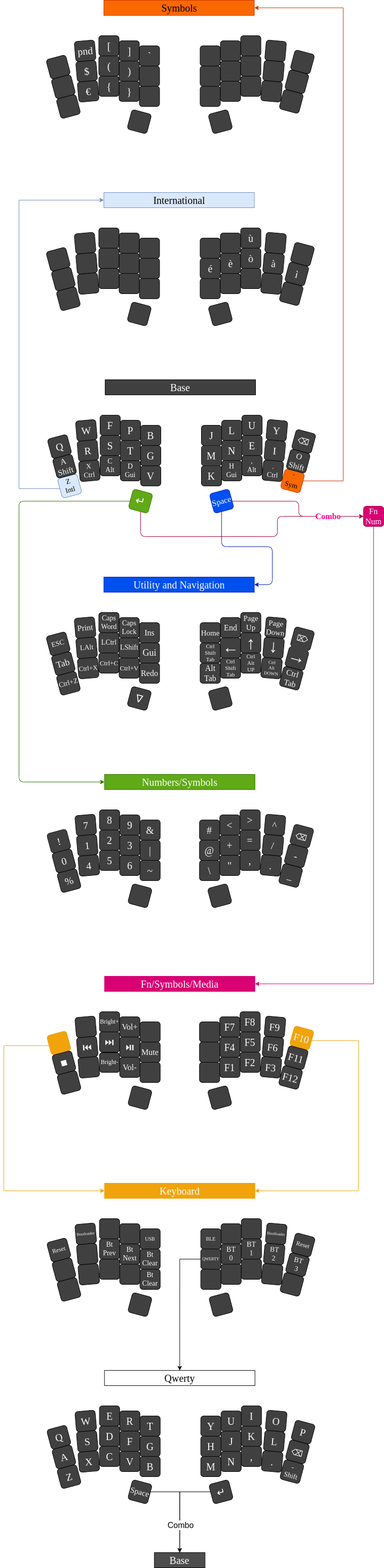
fractalysid/Notwaive keeps this draw.io diagram as Notwive.png. Above is the earlier version. Source tidied: cells renumbered, new cells last; positions are measured from the earlier drawing's top-left corner, leaving out a move shared by most shapes.
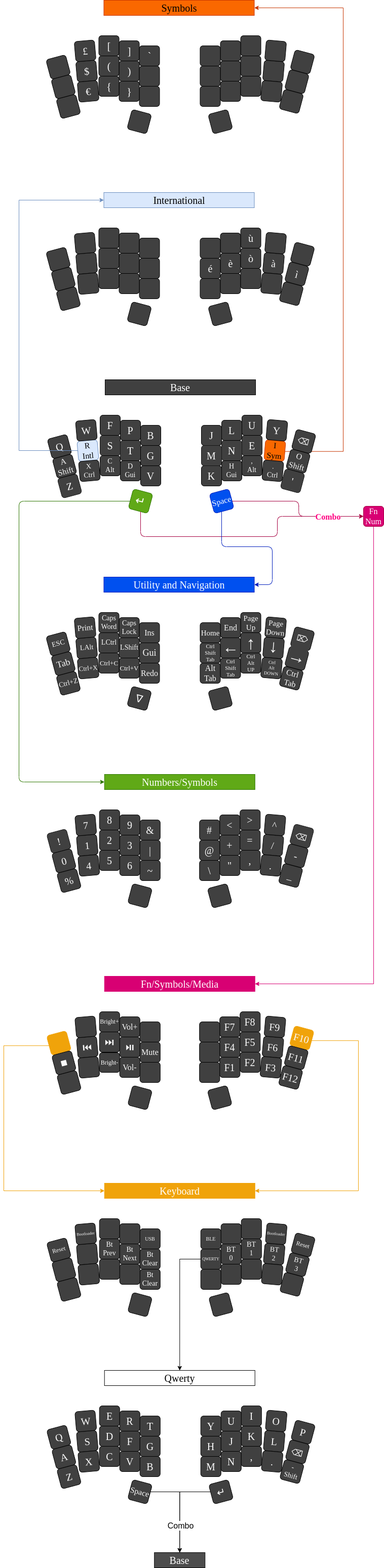
The same diagram one commit later.

Commit message:
Changed keys to access syms and intl layers. Now on home row

Diff of the diagram source:
```diff
@@ -2,7 +2,7 @@
   <root>
     <mxCell id="0" />
     <mxCell id="1" parent="0" />
-    <mxCell id="2" value="R" style="rounded=1;whiteSpace=wrap;html=1;fontSize=20;fillColor=#404040;fontFamily=Tahoma;fontColor=#FFFFFF;rotation=355;strokeColor=#171717;verticalAlign=middle;" parent="1" vertex="1">
+    <mxCell id="2" value="R&lt;br style=&quot;font-size: 16px;&quot;&gt;Intl" style="rounded=1;whiteSpace=wrap;html=1;fontSize=16;fillColor=#dae8fc;fontFamily=Tahoma;rotation=355;strokeColor=#6c8ebf;verticalAlign=middle;" parent="1" vertex="1">
       <mxGeometry x="146" y="870" width="40" height="40" as="geometry" />
     </mxCell>
     <mxCell id="3" value="Base" style="rounded=0;whiteSpace=wrap;html=1;fontSize=20;fillColor=#404040;glass=0;sketch=0;fontColor=#FFFFFF;fontFamily=Lucida Console;" parent="1" vertex="1">
@@ -35,7 +35,7 @@
     <mxCell id="12" value="X&lt;br style=&quot;font-size: 14px;&quot;&gt;Ctrl" style="rounded=1;whiteSpace=wrap;html=1;fontSize=14;fillColor=#404040;fontFamily=Tahoma;fontColor=#FAFAFA;rotation=355;verticalAlign=bottom;" parent="1" vertex="1">
       <mxGeometry x="149" y="910" width="40" height="40" as="geometry" />
     </mxCell>
-    <mxCell id="13" value="Z&lt;br style=&quot;font-size: 14px;&quot;&gt;Intl" style="rounded=1;whiteSpace=wrap;html=1;fontSize=14;fillColor=#dae8fc;fontFamily=Tahoma;rotation=345;verticalAlign=bottom;strokeColor=#6c8ebf;" parent="1" vertex="1">
+    <mxCell id="13" value="Z" style="rounded=1;whiteSpace=wrap;html=1;fontSize=20;fillColor=#404040;fontFamily=Tahoma;rotation=345;verticalAlign=middle;strokeColor=#171717;fontColor=#FFFFFF;" parent="1" vertex="1">
       <mxGeometry x="110" y="940" width="40" height="40" as="geometry" />
     </mxCell>
     <mxCell id="14" value="Q" style="rounded=1;whiteSpace=wrap;html=1;fontSize=20;fillColor=#404040;fontFamily=Tahoma;fontColor=#FAFAFA;rotation=345;" parent="1" vertex="1">
@@ -64,7 +64,7 @@
     <mxCell id="18" value="&lt;span style=&quot;font-family: &amp;quot;segoe ui emoji&amp;quot;, &amp;quot;apple color emoji&amp;quot;, &amp;quot;noto color emoji&amp;quot;; font-size: 23px;&quot;&gt;↵&lt;/span&gt;" style="rounded=1;whiteSpace=wrap;html=1;fontSize=23;fillColor=#60a917;fontFamily=Tahoma;fontColor=#ffffff;rotation=15;strokeColor=#2D7600;" parent="1" vertex="1">
       <mxGeometry x="250" y="970" width="40" height="40" as="geometry" />
     </mxCell>
-    <mxCell id="19" value="I" style="rounded=1;whiteSpace=wrap;html=1;fontSize=20;fillColor=#404040;fontFamily=Tahoma;fontColor=#ffffff;rotation=5;flipV=0;flipH=0;direction=east;strokeColor=#171717;verticalAlign=middle;" parent="1" vertex="1">
+    <mxCell id="19" value="I&lt;br style=&quot;font-size: 16px;&quot;&gt;Sym" style="rounded=1;whiteSpace=wrap;html=1;fontSize=16;fillColor=#fa6800;fontFamily=Tahoma;fontColor=#000000;rotation=5;flipV=0;flipH=0;direction=east;strokeColor=#C73500;verticalAlign=middle;" parent="1" vertex="1">
       <mxGeometry x="515" y="870" width="40" height="40" as="geometry" />
     </mxCell>
     <mxCell id="20" value="K" style="rounded=1;whiteSpace=wrap;html=1;fontSize=20;fillColor=#404040;fontFamily=Tahoma;fontColor=#FAFAFA;flipV=0;flipH=0;direction=east;" parent="1" vertex="1">
@@ -91,23 +91,24 @@
     <mxCell id="27" value=".&lt;br style=&quot;font-size: 14px;&quot;&gt;Ctrl" style="rounded=1;whiteSpace=wrap;html=1;fontSize=14;fillColor=#404040;fontFamily=Tahoma;fontColor=#FAFAFA;rotation=5;flipV=0;flipH=0;direction=east;verticalAlign=bottom;" parent="1" vertex="1">
       <mxGeometry x="511" y="910" width="40" height="40" as="geometry" />
     </mxCell>
-    <mxCell id="28" style="edgeStyle=orthogonalEdgeStyle;rounded=0;jettySize=auto;html=1;entryX=0;entryY=0.5;entryDx=0;entryDy=0;fillColor=#dae8fc;strokeColor=#6c8ebf;exitX=0;exitY=0.5;exitDx=0;exitDy=0;" parent="1" edge="1" source="13" target="151">
+    <mxCell id="28" style="edgeStyle=orthogonalEdgeStyle;rounded=0;jettySize=auto;html=1;entryX=0;entryY=0.5;entryDx=0;entryDy=0;fillColor=#dae8fc;strokeColor=#6c8ebf;exitX=0;exitY=0.5;exitDx=0;exitDy=0;" parent="1" edge="1" source="2" target="151">
       <mxGeometry relative="1" as="geometry">
         <Array as="points">
-          <mxPoint x="30" y="965" />
+          <mxPoint x="146" y="890" />
+          <mxPoint x="30" y="890" />
           <mxPoint x="30" y="395" />
         </Array>
       </mxGeometry>
     </mxCell>
-    <mxCell id="29" style="edgeStyle=orthogonalEdgeStyle;rounded=0;jettySize=auto;html=1;fontColor=#FFFFFF;entryX=1;entryY=0.5;entryDx=0;entryDy=0;fillColor=#fa6800;strokeColor=#C73500;" parent="1" edge="1" source="30" target="250">
+    <mxCell id="29" style="edgeStyle=orthogonalEdgeStyle;rounded=0;jettySize=auto;html=1;fontColor=#FFFFFF;entryX=1;entryY=0.5;entryDx=0;entryDy=0;fillColor=#fa6800;strokeColor=#C73500;exitX=1;exitY=0.5;exitDx=0;exitDy=0;" parent="1" edge="1" source="19" target="250">
       <mxGeometry relative="1" as="geometry">
         <Array as="points">
-          <mxPoint x="670" y="950" />
+          <mxPoint x="670" y="892" />
           <mxPoint x="670" y="15" />
         </Array>
       </mxGeometry>
     </mxCell>
-    <mxCell id="30" value="'&lt;br&gt;Sym" style="rounded=1;whiteSpace=wrap;html=1;fontSize=14;fillColor=#fa6800;fontFamily=Tahoma;rotation=15;flipV=0;flipH=0;direction=east;labelPosition=center;verticalLabelPosition=middle;align=center;verticalAlign=middle;strokeColor=#C73500;fontColor=#000000;" parent="1" vertex="1">
+    <mxCell id="30" value="'" style="rounded=1;whiteSpace=wrap;html=1;fontSize=20;fillColor=#404040;fontFamily=Tahoma;rotation=15;flipV=0;flipH=0;direction=east;labelPosition=center;verticalLabelPosition=middle;align=center;verticalAlign=middle;strokeColor=#171717;fontColor=#FFFFFF;" parent="1" vertex="1">
       <mxGeometry x="550" y="930" width="40" height="40" as="geometry" />
     </mxCell>
     <mxCell id="31" value="&lt;meta charset=&quot;utf-8&quot; style=&quot;font-size: 16px;&quot;&gt;&lt;span style=&quot;font-family: &amp;quot;segoe ui emoji&amp;quot;, &amp;quot;apple color emoji&amp;quot;, &amp;quot;noto color emoji&amp;quot;; font-size: 16px;&quot;&gt;⌫&lt;/span&gt;" style="rounded=1;whiteSpace=wrap;html=1;fontSize=16;fillColor=#404040;fontFamily=Tahoma;fontColor=#FAFAFA;rotation=15;flipV=0;flipH=0;direction=east;" parent="1" vertex="1">
@@ -818,7 +819,7 @@
     <mxCell id="256" style="rounded=1;whiteSpace=wrap;html=1;fontSize=20;fillColor=#404040;fontFamily=Tahoma;fontColor=#FAFAFA;" parent="1" vertex="1">
       <mxGeometry x="267.5" y="130" width="40" height="40" as="geometry" />
     </mxCell>
-    <mxCell id="257" value="pnd" style="rounded=1;whiteSpace=wrap;html=1;fontSize=20;fillColor=#404040;fontFamily=Tahoma;fontColor=#FAFAFA;rotation=-5;" parent="1" vertex="1">
+    <mxCell id="257" value="£" style="rounded=1;whiteSpace=wrap;html=1;fontSize=20;fillColor=#404040;fontFamily=Tahoma;fontColor=#FAFAFA;rotation=-5;" parent="1" vertex="1">
       <mxGeometry x="140.5" y="80" width="40" height="40" as="geometry" />
     </mxCell>
     <mxCell id="258" value="(" style="rounded=1;whiteSpace=wrap;html=1;fontSize=20;fillColor=#404040;fontFamily=Tahoma;fontColor=#FAFAFA;" parent="1" vertex="1">
```
